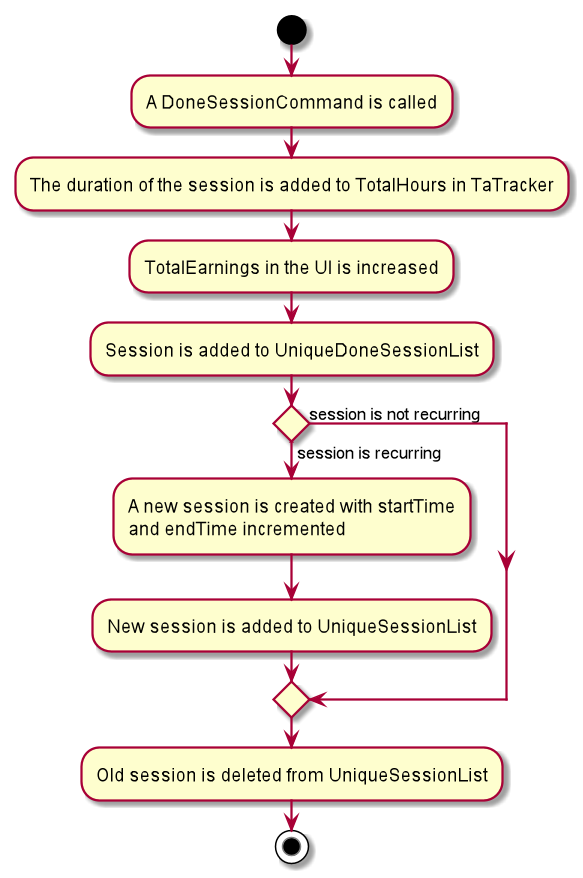
nus-cs2103-AY1920S2/addressbook-level3 keeps this PlantUML diagram as docs/images/TssActivityDiagram.png. Above is the earlier version.
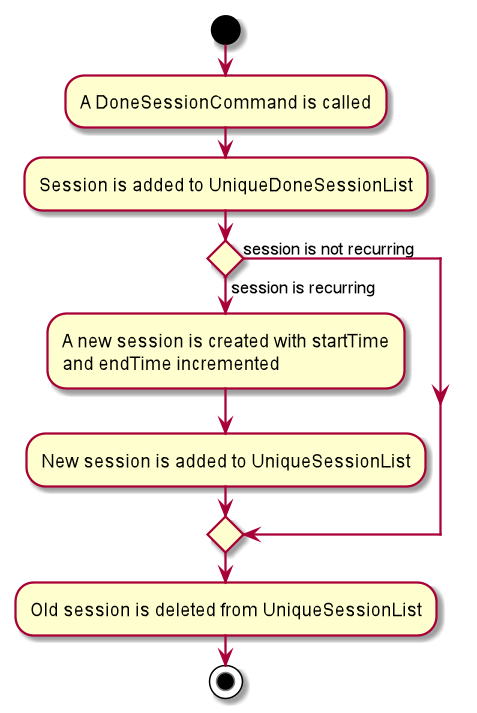
Above is the later version.

The edit, as a diff of the source:
```diff
@@ -1,9 +1,6 @@
 @startuml
 start
 :A DoneSessionCommand is called;
-
-  :The duration of the session is added to TotalHours in TaTracker;
-  :TotalEarnings in the UI is increased;
   :Session is added to UniqueDoneSessionList;
 
   if () then (session is recurring)
```
